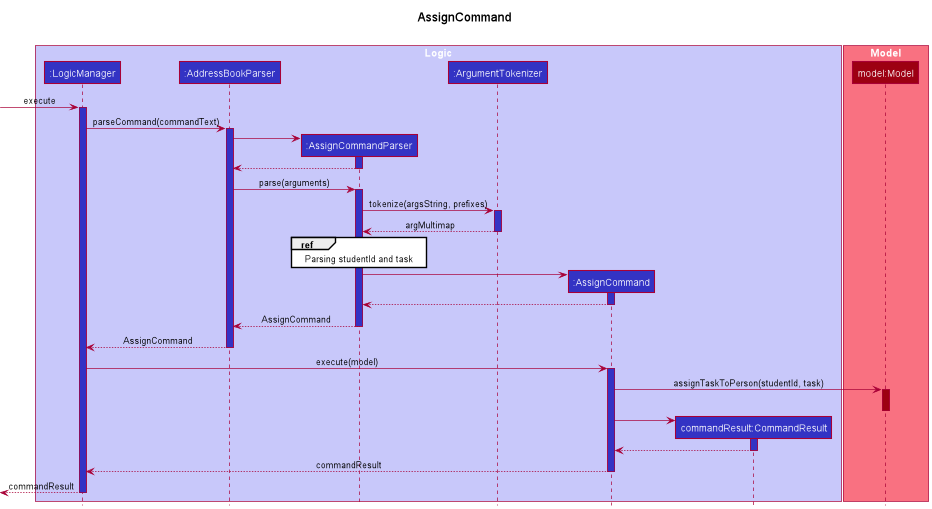
Earlier version of the PlantUML export docs/images/AssignCommandSequenceDiagram-1.png (nus-cs2103-AY2122S2/tp).
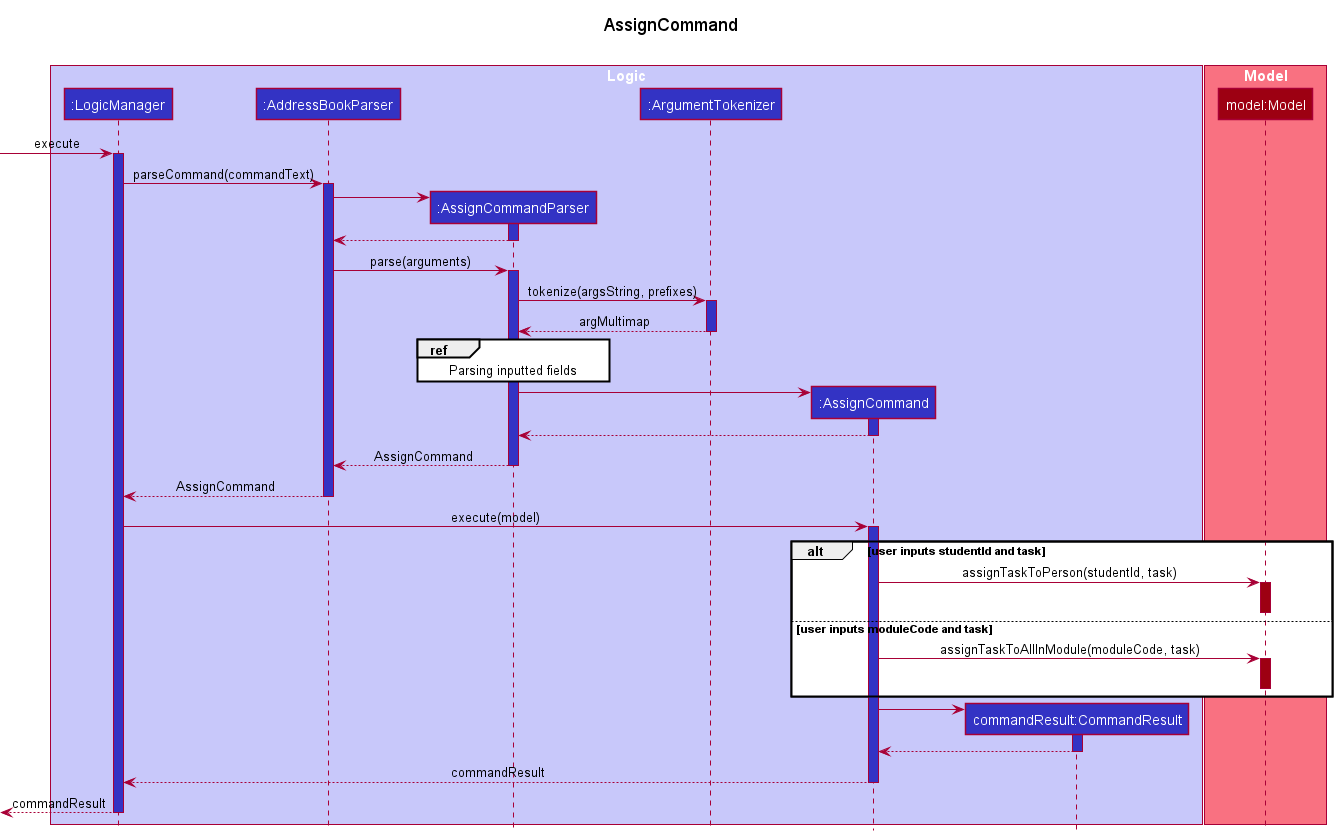
The same diagram one commit later.

Commit message:
Update assign command diagrams

Updated diagrams for assign command to handle assigning tasks by
module code.

Change to the diagram source:
```diff
@@ -35,7 +35,7 @@
 AssignCommandParser -> ArgumentTokenizer ++ LOGIC_COLOR: tokenize(argsString, prefixes)
 ArgumentTokenizer --> AssignCommandParser -- LOGIC_COLOR: argMultimap
 
-ref over AssignCommandParser :Parsing studentId and task
+ref over AssignCommandParser :Parsing inputted fields
 
 create AssignCommand
 AssignCommandParser -> AssignCommand
@@ -51,8 +51,16 @@
 
 LogicManager -> AssignCommand LOGIC_COLOR : execute(model)
 activate AssignCommand LOGIC_COLOR
-AssignCommand -> Model ++ MODEL_COLOR: assignTaskToPerson(studentId, task)
-deactivate
+
+alt user inputs studentId and task
+    AssignCommand -> Model ++ MODEL_COLOR: assignTaskToPerson(studentId, task)
+    deactivate
+
+else user inputs moduleCode and task
+    AssignCommand -> Model ++ MODEL_COLOR: assignTaskToAllInModule(moduleCode, task)
+    deactivate
+
+end
 
 create CommandResult
 AssignCommand -> CommandResult ++ LOGIC_COLOR:
```
